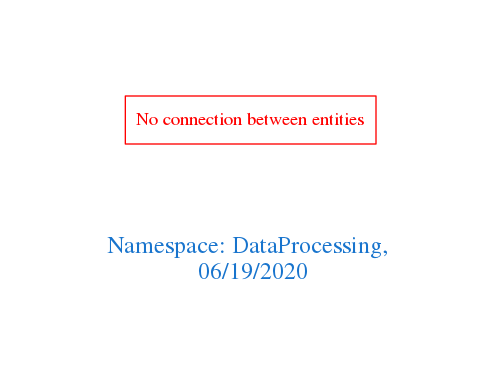
arago/OGIT keeps this Graphviz diagram as downloads/DataProcessing.png. Above is the earlier version. Its source is kept beside it as downloads/DataProcessing.dot.
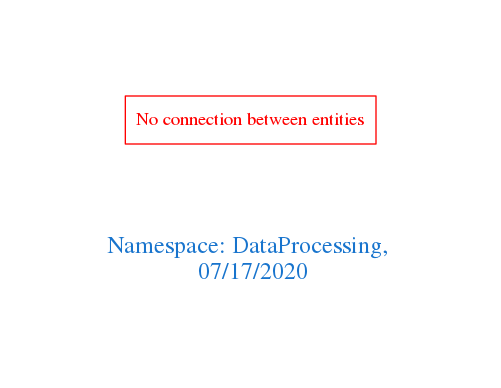
Above is the later version.

The edit, as a diff of the source:
```diff
@@ -1,7 +1,7 @@
 digraph OGIT_ontology {
  graph [ rankdir= LR,pad=1
 fontsize = 18,
-fontcolor= dodgerblue3,label = "\n\n\nNamespace: DataProcessing, \n 06/19/2020"];
+fontcolor= dodgerblue3,label = "\n\n\nNamespace: DataProcessing, \n 07/17/2020"];
 node[shape=polygon];
 edge [  color="gray81"];
 
```
